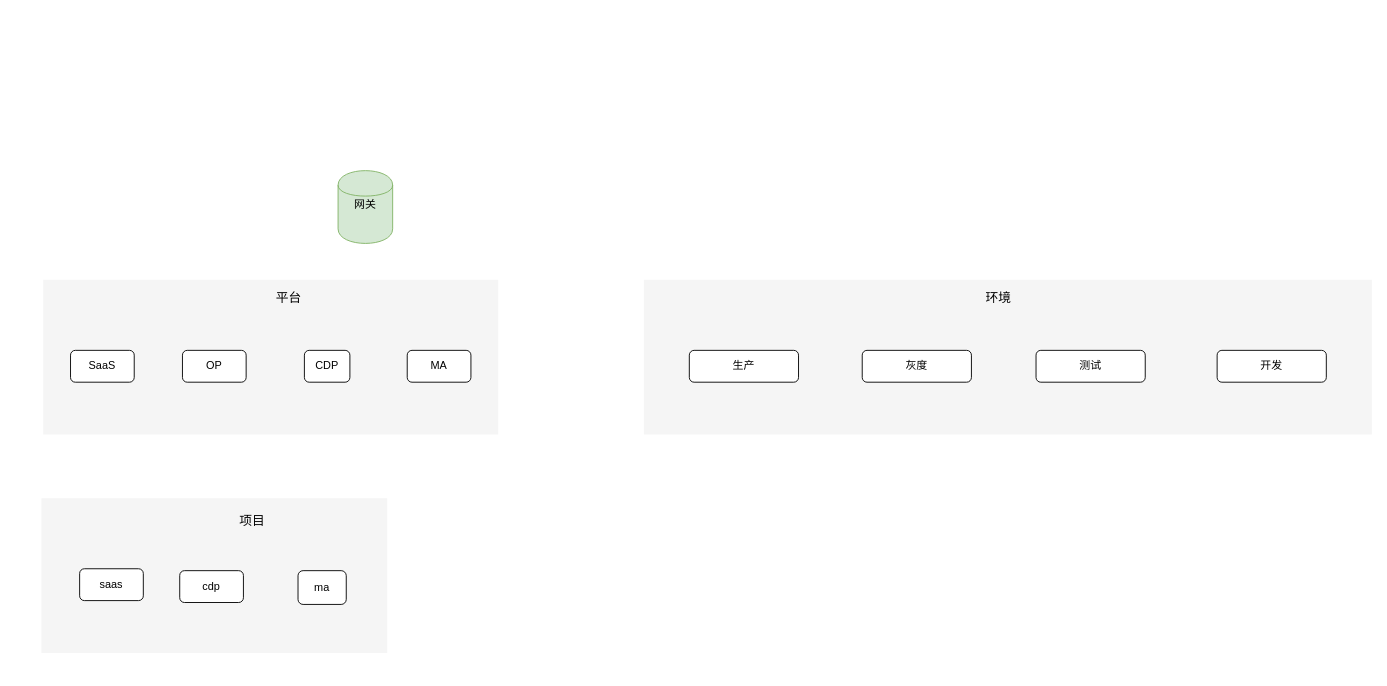
Above: MA-Frontend.drawio in jizhi77/drawio (draw.io), before the change. Source tidied: cells renumbered, new cells numbered last; positions are measured from the earlier drawing's top-left corner, leaving out a move shared by most shapes. Both pictures are drawn from the tidied source at 91%, with x=0, y=0 at pixel (41, 170).
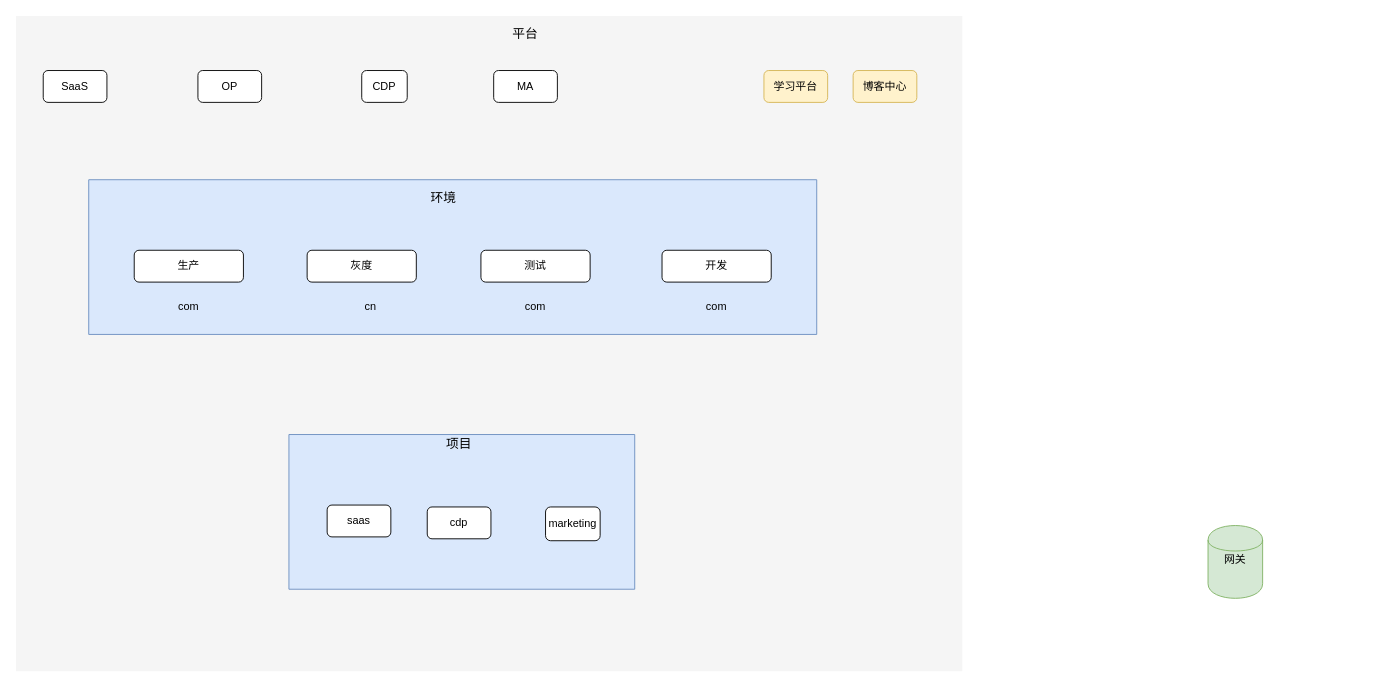
The same diagram, later.

The edit, as a diff of the source:
```diff
@@
     <mxCell id="2" style="verticalLabelPosition=bottom;verticalAlign=top;html=1;shape=mxgraph.basic.rect;fillColor2=none;strokeWidth=1;size=20;indent=5;fillColor=#f5f5f5;fontColor=#333333;strokeColor=none;" parent="1" vertex="1">
-      <mxGeometry x="2" y="120" width="500" height="170" as="geometry" />
+      <mxGeometry x="-28" y="-170" width="1040" height="720" as="geometry" />
     </mxCell>
     <mxCell id="3" value="网关" style="shape=cylinder;whiteSpace=wrap;html=1;boundedLbl=1;backgroundOutline=1;verticalAlign=top;fillColor=#d5e8d4;fillStyle=diag;strokeColor=#82b366;" parent="1" vertex="1">
-      <mxGeometry x="326" width="60" height="80" as="geometry" />
+      <mxGeometry x="1282" y="390" width="60" height="80" as="geometry" />
     </mxCell>
     <mxCell id="4" value="SaaS" style="rounded=1;whiteSpace=wrap;html=1;strokeWidth=1;fillColor=#ffffff;flipH=1;" parent="1" vertex="1">
-      <mxGeometry x="32" y="197.5" width="70" height="35" as="geometry" />
+      <mxGeometry x="2" y="-110" width="70" height="35" as="geometry" />
     </mxCell>
     <mxCell id="5" value="平台" style="text;html=1;strokeColor=none;fillColor=none;align=center;verticalAlign=middle;whiteSpace=wrap;rounded=0;fontStyle=0;fontSize=14;" parent="1" vertex="1">
-      <mxGeometry x="252" y="130" width="40" height="20" as="geometry" />
+      <mxGeometry x="512" y="-160" width="40" height="20" as="geometry" />
     </mxCell>
     <mxCell id="6" value="OP" style="rounded=1;whiteSpace=wrap;html=1;strokeWidth=1;fillColor=#ffffff;flipH=1;" parent="1" vertex="1">
-      <mxGeometry x="155" y="197.5" width="70" height="35" as="geometry" />
+      <mxGeometry x="172" y="-110" width="70" height="35" as="geometry" />
     </mxCell>
     <mxCell id="7" value="CDP" style="rounded=1;whiteSpace=wrap;html=1;strokeWidth=1;fillColor=#ffffff;flipH=1;" parent="1" vertex="1">
-      <mxGeometry x="289" y="197.5" width="50" height="35" as="geometry" />
+      <mxGeometry x="352" y="-110" width="50" height="35" as="geometry" />
     </mxCell>
     <mxCell id="8" value="MA" style="rounded=1;whiteSpace=wrap;html=1;strokeWidth=1;fillColor=#ffffff;flipH=1;" parent="1" vertex="1">
-      <mxGeometry x="402" y="197.5" width="70" height="35" as="geometry" />
+      <mxGeometry x="497" y="-110" width="70" height="35" as="geometry" />
     </mxCell>
+    <mxCell id="15" style="verticalLabelPosition=bottom;verticalAlign=top;html=1;shape=mxgraph.basic.rect;fillColor2=none;strokeWidth=1;size=20;indent=5;fillColor=#dae8fc;strokeColor=#6c8ebf;" parent="1" vertex="1">
+      <mxGeometry x="272" y="290" width="380" height="170" as="geometry" />
+    </mxCell>
+    <mxCell id="16" value="saas" style="rounded=1;whiteSpace=wrap;html=1;strokeWidth=1;fillColor=#ffffff;flipH=1;" parent="1" vertex="1">
+      <mxGeometry x="314" y="367.5" width="70" height="35" as="geometry" />
+    </mxCell>
+    <mxCell id="17" value="项目" style="text;html=1;strokeColor=none;fillColor=none;align=center;verticalAlign=middle;whiteSpace=wrap;rounded=0;fontStyle=0;fontSize=14;" parent="1" vertex="1">
+      <mxGeometry x="439" y="290" width="40" height="20" as="geometry" />
+    </mxCell>
+    <mxCell id="18" value="cdp" style="rounded=1;whiteSpace=wrap;html=1;strokeWidth=1;fillColor=#ffffff;flipH=1;" parent="1" vertex="1">
+      <mxGeometry x="424" y="369.6" width="70" height="35" as="geometry" />
+    </mxCell>
+    <mxCell id="19" value="marketing" style="rounded=1;whiteSpace=wrap;html=1;strokeWidth=1;fillColor=#ffffff;flipH=1;" parent="1" vertex="1">
+      <mxGeometry x="554" y="369.6" width="60" height="37.1" as="geometry" />
+    </mxCell>
-    <mxCell id="9" style="verticalLabelPosition=bottom;verticalAlign=top;html=1;shape=mxgraph.basic.rect;fillColor2=none;strokeWidth=1;size=20;indent=5;fillColor=#f5f5f5;fontColor=#333333;strokeColor=none;" parent="1" vertex="1">
-      <mxGeometry x="662" y="120" width="800" height="170" as="geometry" />
+    <mxCell id="9" style="verticalLabelPosition=bottom;verticalAlign=top;html=1;shape=mxgraph.basic.rect;fillColor2=none;strokeWidth=1;size=20;indent=5;fillColor=#dae8fc;strokeColor=#6c8ebf;" parent="1" vertex="1">
+      <mxGeometry x="52" y="10" width="800" height="170" as="geometry" />
     </mxCell>
     <mxCell id="10" value="生产" style="rounded=1;whiteSpace=wrap;html=1;strokeWidth=1;fillColor=#ffffff;" parent="1" vertex="1">
-      <mxGeometry x="712" y="197.5" width="120" height="35" as="geometry" />
+      <mxGeometry x="102" y="87.5" width="120" height="35" as="geometry" />
     </mxCell>
     <mxCell id="11" value="环境" style="text;html=1;strokeColor=none;fillColor=none;align=center;verticalAlign=middle;whiteSpace=wrap;rounded=0;fontStyle=0;fontSize=14;" parent="1" vertex="1">
-      <mxGeometry x="1032" y="130" width="40" height="20" as="geometry" />
+      <mxGeometry x="422" y="20" width="40" height="20" as="geometry" />
     </mxCell>
     <mxCell id="12" value="测试" style="rounded=1;whiteSpace=wrap;html=1;strokeWidth=1;fillColor=#ffffff;" parent="1" vertex="1">
-      <mxGeometry x="1093" y="197.5" width="120" height="35" as="geometry" />
+      <mxGeometry x="483" y="87.5" width="120" height="35" as="geometry" />
     </mxCell>
     <mxCell id="13" value="灰度" style="rounded=1;whiteSpace=wrap;html=1;strokeWidth=1;fillColor=#ffffff;" parent="1" vertex="1">
-      <mxGeometry x="902" y="197.5" width="120" height="35" as="geometry" />
+      <mxGeometry x="292" y="87.5" width="120" height="35" as="geometry" />
     </mxCell>
     <mxCell id="14" value="开发" style="rounded=1;whiteSpace=wrap;html=1;strokeWidth=1;fillColor=#ffffff;" parent="1" vertex="1">
-      <mxGeometry x="1292" y="197.5" width="120" height="35" as="geometry" />
+      <mxGeometry x="682" y="87.5" width="120" height="35" as="geometry" />
     </mxCell>
-    <mxCell id="15" style="verticalLabelPosition=bottom;verticalAlign=top;html=1;shape=mxgraph.basic.rect;fillColor2=none;strokeWidth=1;size=20;indent=5;fillColor=#f5f5f5;fontColor=#333333;strokeColor=none;" parent="1" vertex="1">
-      <mxGeometry y="360" width="380" height="170" as="geometry" />
-    </mxCell>
-    <mxCell id="16" value="saas" style="rounded=1;whiteSpace=wrap;html=1;strokeWidth=1;fillColor=#ffffff;flipH=1;" parent="1" vertex="1">
-      <mxGeometry x="42" y="437.5" width="70" height="35" as="geometry" />
-    </mxCell>
-    <mxCell id="17" value="项目" style="text;html=1;strokeColor=none;fillColor=none;align=center;verticalAlign=middle;whiteSpace=wrap;rounded=0;fontStyle=0;fontSize=14;" parent="1" vertex="1">
-      <mxGeometry x="212" y="375" width="40" height="20" as="geometry" />
-    </mxCell>
-    <mxCell id="18" value="cdp" style="rounded=1;whiteSpace=wrap;html=1;strokeWidth=1;fillColor=#ffffff;flipH=1;" parent="1" vertex="1">
-      <mxGeometry x="152" y="439.6" width="70" height="35" as="geometry" />
-    </mxCell>
-    <mxCell id="19" value="ma" style="rounded=1;whiteSpace=wrap;html=1;strokeWidth=1;fillColor=#ffffff;flipH=1;" parent="1" vertex="1">
-      <mxGeometry x="282" y="439.6" width="53" height="37.1" as="geometry" />
-    </mxCell>
+    <mxCell id="20" value="com" style="text;html=1;strokeColor=none;fillColor=none;align=center;verticalAlign=middle;whiteSpace=wrap;rounded=0;" parent="1" vertex="1">
+      <mxGeometry x="112" y="140" width="100" height="20" as="geometry" />
+    </mxCell>
+    <mxCell id="21" value="cn" style="text;html=1;strokeColor=none;fillColor=none;align=center;verticalAlign=middle;whiteSpace=wrap;rounded=0;" parent="1" vertex="1">
+      <mxGeometry x="312" y="140" width="100" height="20" as="geometry" />
+    </mxCell>
+    <mxCell id="22" value="com" style="text;html=1;strokeColor=none;fillColor=none;align=center;verticalAlign=middle;whiteSpace=wrap;rounded=0;" parent="1" vertex="1">
+      <mxGeometry x="493" y="140" width="100" height="20" as="geometry" />
+    </mxCell>
+    <mxCell id="23" value="com" style="text;html=1;strokeColor=none;fillColor=none;align=center;verticalAlign=middle;whiteSpace=wrap;rounded=0;" parent="1" vertex="1">
+      <mxGeometry x="692" y="140" width="100" height="20" as="geometry" />
+    </mxCell>
+    <mxCell id="24" value="学习平台" style="rounded=1;whiteSpace=wrap;html=1;strokeWidth=1;fillColor=#fff2cc;flipH=1;strokeColor=#d6b656;" parent="1" vertex="1">
+      <mxGeometry x="794" y="-110" width="70" height="35" as="geometry" />
+    </mxCell>
+    <mxCell id="25" value="博客中心" style="rounded=1;whiteSpace=wrap;html=1;strokeWidth=1;fillColor=#fff2cc;flipH=1;strokeColor=#d6b656;" parent="1" vertex="1">
+      <mxGeometry x="892" y="-110" width="70" height="35" as="geometry" />
+    </mxCell>
```
